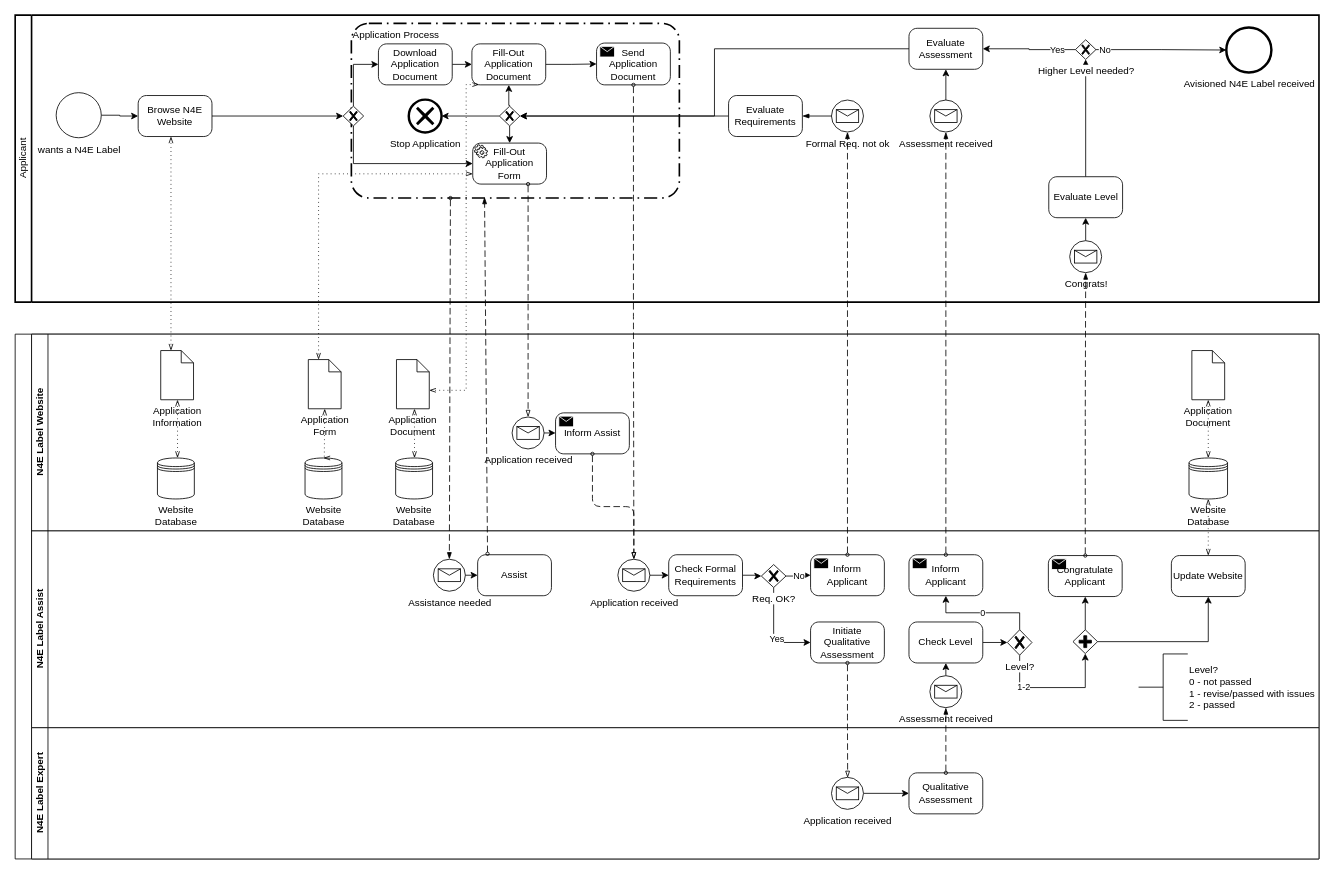
geyslein/NFDI4Earth-Label keeps this draw.io diagram as Application_Workflow.drawio. Above is the earlier version. Source tidied: cells renumbered, new cells numbered last; positions are measured from the earlier drawing's top-left corner, leaving out a move shared by most shapes. Both pictures are drawn from the tidied source at 82%, with x=0, y=0 at pixel (15, 15).
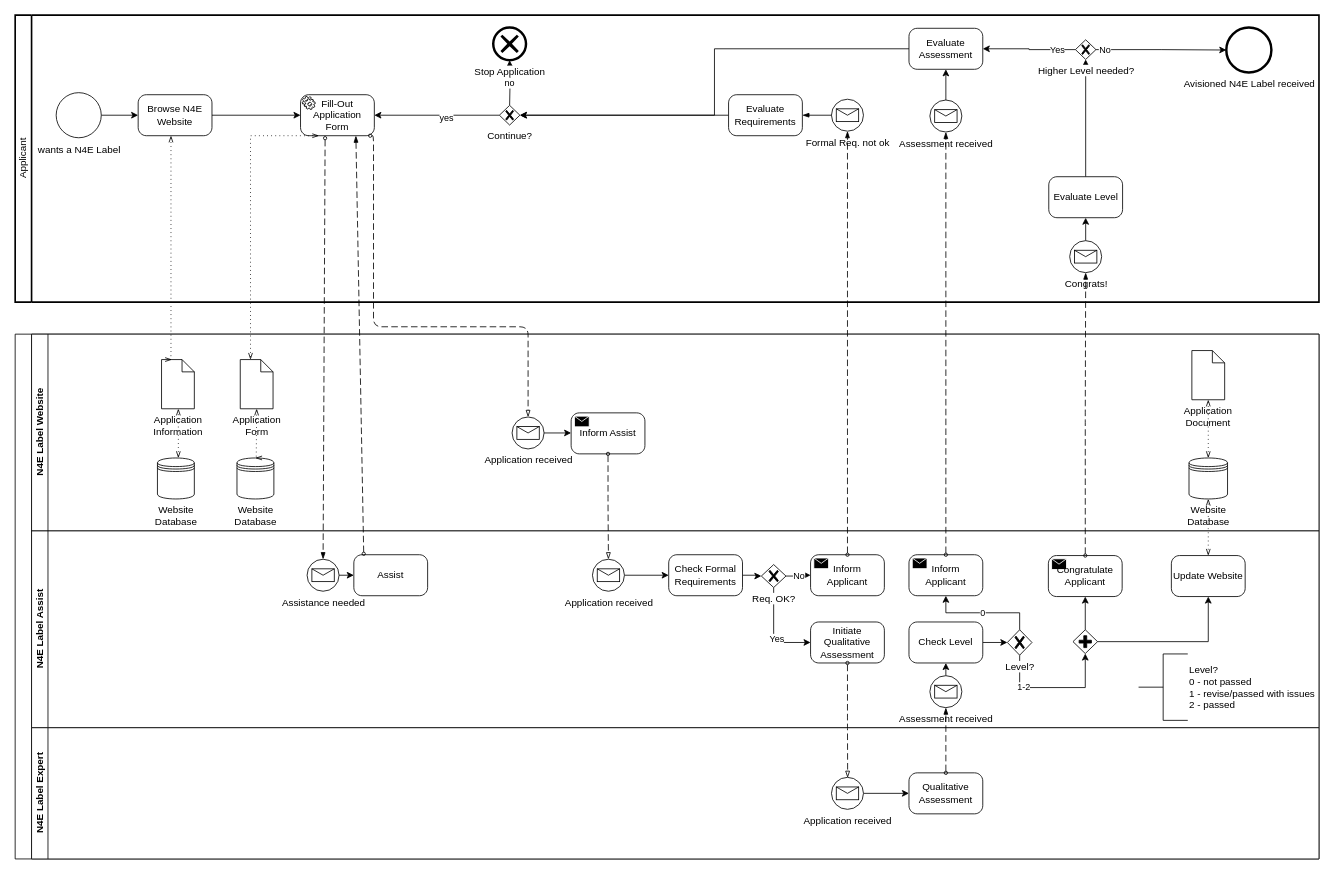
After the change.

Unchanged cells that the change refers to:
```xml
<mxCell id="2" value="&lt;div&gt;Applicant&lt;/div&gt;" style="swimlane;html=1;startSize=20;fontStyle=0;horizontal=0;swimlaneLine=1;swimlaneFillColor=#ffffff;strokeWidth=2;" parent="1" vertex="1">
  <mxGeometry width="1590" height="350" as="geometry" />
</mxCell>
<mxCell id="41" value="&lt;div&gt;N4E Label Website&lt;/div&gt;" style="swimlane;html=1;startSize=20;horizontal=0;fillColor=#FFFFFF;swimlaneFillColor=#FFFFFF;" parent="40" vertex="1">
  <mxGeometry x="20" width="1570" height="240" as="geometry" />
</mxCell>
<mxCell id="52" value="Application received" style="points=[[0.145,0.145,0],[0.5,0,0],[0.855,0.145,0],[1,0.5,0],[0.855,0.855,0],[0.5,1,0],[0.145,0.855,0],[0,0.5,0]];shape=mxgraph.bpmn.event;html=1;verticalLabelPosition=bottom;labelBackgroundColor=#ffffff;verticalAlign=top;align=center;perimeter=ellipsePerimeter;outlineConnect=0;outline=standard;symbol=message;fontFamily=Helvetica;fontSize=12;fontColor=default;strokeColor=default;fillColor=#FFFFFF;" parent="41" vertex="1">
  <mxGeometry x="586" y="101" width="39" height="39" as="geometry" />
</mxCell>
<mxCell id="57" value="&lt;div&gt;N4E Label Assist&lt;/div&gt;" style="swimlane;html=1;startSize=20;horizontal=0;swimlaneFillColor=#FFFFFF;" parent="40" vertex="1">
  <mxGeometry x="20" y="240" width="1570" height="240" as="geometry" />
</mxCell>
```

Diff of the diagram source:
```diff
@@
-    <mxCell id="3" value="Application Process" style="points=[[0.25,0,0],[0.5,0,0],[0.75,0,0],[1,0.25,0],[1,0.5,0],[1,0.75,0],[0.75,1,0],[0.5,1,0],[0.25,1,0],[0,0.75,0],[0,0.5,0],[0,0.25,0]];rounded=1;arcSize=10;dashed=1;strokeColor=default;fillColor=#FFFFFF;gradientColor=none;dashPattern=8 3 1 3;strokeWidth=2;fontFamily=Helvetica;fontSize=12;fontColor=default;align=left;verticalAlign=top;" parent="2" vertex="1">
-      <mxGeometry x="410" y="10" width="400" height="213" as="geometry" />
-    </mxCell>
@@
-    <mxCell id="6" style="edgeStyle=orthogonalEdgeStyle;rounded=0;jettySize=auto;html=1;entryX=0;entryY=0.5;entryDx=0;entryDy=0;entryPerimeter=0;startArrow=none;exitX=1;exitY=0.5;exitDx=0;exitDy=0;exitPerimeter=0;" parent="2" edge="1" source="7" target="19">
+    <mxCell id="6" style="edgeStyle=orthogonalEdgeStyle;rounded=0;jettySize=auto;html=1;entryX=0;entryY=0.5;entryDx=0;entryDy=0;entryPerimeter=0;startArrow=none;exitX=1;exitY=0.5;exitDx=0;exitDy=0;exitPerimeter=0;" parent="2" edge="1" source="7" target="12">
       <mxGeometry relative="1" as="geometry" />
     </mxCell>
     <mxCell id="7" value="Browse N4E Website" style="points=[[0.25,0,0],[0.5,0,0],[0.75,0,0],[1,0.25,0],[1,0.5,0],[1,0.75,0],[0.75,1,0],[0.5,1,0],[0.25,1,0],[0,0.75,0],[0,0.5,0],[0,0.25,0]];shape=mxgraph.bpmn.task;whiteSpace=wrap;rectStyle=rounded;size=10;taskMarker=abstract;fillColor=#FFFFFF;" parent="2" vertex="1">
-      <mxGeometry x="150" y="98" width="90" height="50" as="geometry" />
+      <mxGeometry x="150" y="97" width="90" height="50" as="geometry" />
     </mxCell>
-    <mxCell id="8" style="edgeStyle=orthogonalEdgeStyle;rounded=0;jettySize=auto;html=1;exitX=1;exitY=0.5;exitDx=0;exitDy=0;exitPerimeter=0;entryX=0;entryY=0.5;entryDx=0;entryDy=0;entryPerimeter=0;" parent="2" edge="1" source="9" target="18">
-      <mxGeometry relative="1" as="geometry" />
-    </mxCell>
-    <mxCell id="9" value="Download Application Document" style="points=[[0.25,0,0],[0.5,0,0],[0.75,0,0],[1,0.25,0],[1,0.5,0],[1,0.75,0],[0.75,1,0],[0.5,1,0],[0.25,1,0],[0,0.75,0],[0,0.5,0],[0,0.25,0]];shape=mxgraph.bpmn.task;whiteSpace=wrap;rectStyle=rounded;size=10;taskMarker=abstract;fillColor=#FFFFFF;" parent="2" vertex="1">
-      <mxGeometry x="443" y="35" width="90" height="50" as="geometry" />
-    </mxCell>
@@
-    <mxCell id="11" value="Send Application Document" style="points=[[0.25,0,0],[0.5,0,0],[0.75,0,0],[1,0.25,0],[1,0.5,0],[1,0.75,0],[0.75,1,0],[0.5,1,0],[0.25,1,0],[0,0.75,0],[0,0.5,0],[0,0.25,0]];shape=mxgraph.bpmn.task;whiteSpace=wrap;rectStyle=rounded;size=10;taskMarker=send;fillColor=#FFFFFF;" parent="2" vertex="1">
-      <mxGeometry x="709" y="34" width="90" height="51" as="geometry" />
-    </mxCell>
     <mxCell id="12" value="Fill-Out Application Form" style="points=[[0.25,0,0],[0.5,0,0],[0.75,0,0],[1,0.25,0],[1,0.5,0],[1,0.75,0],[0.75,1,0],[0.5,1,0],[0.25,1,0],[0,0.75,0],[0,0.5,0],[0,0.25,0]];shape=mxgraph.bpmn.task;whiteSpace=wrap;rectStyle=rounded;size=10;taskMarker=service;fontFamily=Helvetica;fontSize=12;fontColor=default;align=center;strokeColor=default;fillColor=#FFFFFF;" parent="2" vertex="1">
-      <mxGeometry x="558" y="156" width="90" height="50" as="geometry" />
+      <mxGeometry x="348" y="97" width="90" height="50" as="geometry" />
     </mxCell>
@@
     <mxCell id="14" value="Formal Req. not ok" style="points=[[0.145,0.145,0],[0.5,0,0],[0.855,0.145,0],[1,0.5,0],[0.855,0.855,0],[0.5,1,0],[0.145,0.855,0],[0,0.5,0]];shape=mxgraph.bpmn.event;html=1;verticalLabelPosition=bottom;labelBackgroundColor=#ffffff;verticalAlign=top;align=center;perimeter=ellipsePerimeter;outlineConnect=0;outline=standard;symbol=message;fontFamily=Helvetica;fontSize=12;fontColor=default;strokeColor=default;fillColor=#FFFFFF;" parent="2" vertex="1">
-      <mxGeometry x="995.5" y="103.5" width="39" height="39" as="geometry" />
+      <mxGeometry x="995.5" y="102.5" width="39" height="39" as="geometry" />
     </mxCell>
-    <mxCell id="15" style="edgeStyle=orthogonalEdgeStyle;rounded=0;jettySize=auto;html=1;exitX=0.5;exitY=1;exitDx=0;exitDy=0;exitPerimeter=0;entryX=0;entryY=0.5;entryDx=0;entryDy=0;entryPerimeter=0;" parent="2" edge="1" source="19" target="12">
-      <mxGeometry relative="1" as="geometry" />
-    </mxCell>
-    <mxCell id="16" style="edgeStyle=orthogonalEdgeStyle;rounded=0;jettySize=auto;html=1;exitX=0.5;exitY=0;exitDx=0;exitDy=0;exitPerimeter=0;entryX=0;entryY=0.5;entryDx=0;entryDy=0;entryPerimeter=0;" parent="2" edge="1" source="19" target="9">
-      <mxGeometry relative="1" as="geometry" />
-    </mxCell>
-    <mxCell id="17" style="edgeStyle=orthogonalEdgeStyle;rounded=0;jettySize=auto;html=1;exitX=1;exitY=0.5;exitDx=0;exitDy=0;exitPerimeter=0;entryX=0;entryY=0.5;entryDx=0;entryDy=0;entryPerimeter=0;" parent="2" edge="1" source="18" target="11">
-      <mxGeometry relative="1" as="geometry" />
-    </mxCell>
-    <mxCell id="18" value="Fill-Out Application Document" style="points=[[0.25,0,0],[0.5,0,0],[0.75,0,0],[1,0.25,0],[1,0.5,0],[1,0.75,0],[0.75,1,0],[0.5,1,0],[0.25,1,0],[0,0.75,0],[0,0.5,0],[0,0.25,0]];shape=mxgraph.bpmn.task;whiteSpace=wrap;rectStyle=rounded;size=10;taskMarker=abstract;fillColor=#FFFFFF;" parent="2" vertex="1">
-      <mxGeometry x="557" y="35" width="90" height="50" as="geometry" />
-    </mxCell>
-    <mxCell id="19" style="points=[[0.25,0.25,0],[0.5,0,0],[0.75,0.25,0],[1,0.5,0],[0.75,0.75,0],[0.5,1,0],[0.25,0.75,0],[0,0.5,0]];shape=mxgraph.bpmn.gateway2;html=1;verticalLabelPosition=bottom;labelBackgroundColor=#ffffff;verticalAlign=top;align=center;perimeter=rhombusPerimeter;outlineConnect=0;outline=none;symbol=none;gwType=exclusive;fontFamily=Helvetica;fontSize=12;fontColor=default;strokeColor=default;fillColor=#FFFFFF;" parent="2" vertex="1">
-      <mxGeometry x="400" y="111" width="25" height="24" as="geometry" />
-    </mxCell>
-    <mxCell id="20" style="edgeStyle=orthogonalEdgeStyle;rounded=0;jettySize=auto;html=1;exitX=0.5;exitY=0;exitDx=0;exitDy=0;exitPerimeter=0;entryX=0.5;entryY=1;entryDx=0;entryDy=0;entryPerimeter=0;" parent="2" edge="1" source="23" target="18">
-      <mxGeometry relative="1" as="geometry">
-        <Array as="points">
-          <mxPoint x="602" y="110" />
-          <mxPoint x="603" y="110" />
-        </Array>
-      </mxGeometry>
-    </mxCell>
-    <mxCell id="21" style="edgeStyle=orthogonalEdgeStyle;rounded=0;jettySize=auto;html=1;exitX=0.5;exitY=1;exitDx=0;exitDy=0;exitPerimeter=0;entryX=0.5;entryY=0;entryDx=0;entryDy=0;entryPerimeter=0;" parent="2" edge="1" source="23" target="12">
+    <mxCell id="21" style="edgeStyle=orthogonalEdgeStyle;rounded=0;jettySize=auto;html=1;exitX=0;exitY=0.5;exitDx=0;exitDy=0;exitPerimeter=0;entryX=1;entryY=0.5;entryDx=0;entryDy=0;entryPerimeter=0;" parent="2" edge="1" source="23" target="12">
       <mxGeometry relative="1" as="geometry" />
     </mxCell>
+    <mxCell id="104" value="yes" style="edgeLabel;html=1;align=center;verticalAlign=middle;" parent="21" vertex="1">
+      <mxGeometry x="-0.15" y="3" relative="1" as="geometry" />
+    </mxCell>
-    <mxCell id="22" style="edgeStyle=orthogonalEdgeStyle;rounded=0;jettySize=auto;html=1;exitX=0;exitY=0.5;exitDx=0;exitDy=0;exitPerimeter=0;" parent="2" edge="1" source="23" target="24">
-      <mxGeometry relative="1" as="geometry" />
+    <mxCell id="22" value="no" style="edgeStyle=orthogonalEdgeStyle;rounded=0;jettySize=auto;html=1;" parent="2" edge="1" target="24">
+      <mxGeometry relative="1" as="geometry">
+        <mxPoint x="603" y="110" as="sourcePoint" />
+      </mxGeometry>
     </mxCell>
-    <mxCell id="23" style="points=[[0.25,0.25,0],[0.5,0,0],[0.75,0.25,0],[1,0.5,0],[0.75,0.75,0],[0.5,1,0],[0.25,0.75,0],[0,0.5,0]];shape=mxgraph.bpmn.gateway2;html=1;verticalLabelPosition=bottom;labelBackgroundColor=#ffffff;verticalAlign=top;align=center;perimeter=rhombusPerimeter;outlineConnect=0;outline=none;symbol=none;gwType=exclusive;fontFamily=Helvetica;fontSize=12;fontColor=default;strokeColor=default;fillColor=#FFFFFF;" parent="2" vertex="1">
-      <mxGeometry x="590.5" y="111" width="25" height="24" as="geometry" />
+    <mxCell id="23" value="Continue?" style="points=[[0.25,0.25,0],[0.5,0,0],[0.75,0.25,0],[1,0.5,0],[0.75,0.75,0],[0.5,1,0],[0.25,0.75,0],[0,0.5,0]];shape=mxgraph.bpmn.gateway2;html=1;verticalLabelPosition=bottom;labelBackgroundColor=#ffffff;verticalAlign=top;align=center;perimeter=rhombusPerimeter;outlineConnect=0;outline=none;symbol=none;gwType=exclusive;fontFamily=Helvetica;fontSize=12;fontColor=default;strokeColor=default;fillColor=#FFFFFF;" parent="2" vertex="1">
+      <mxGeometry x="590.5" y="110" width="25" height="24" as="geometry" />
     </mxCell>
     <mxCell id="24" value="Stop Application" style="points=[[0.145,0.145,0],[0.5,0,0],[0.855,0.145,0],[1,0.5,0],[0.855,0.855,0],[0.5,1,0],[0.145,0.855,0],[0,0.5,0]];shape=mxgraph.bpmn.event;html=1;verticalLabelPosition=bottom;labelBackgroundColor=#ffffff;verticalAlign=top;align=center;perimeter=ellipsePerimeter;outlineConnect=0;outline=end;symbol=cancel;fillColor=#FFFFFF;" parent="2" vertex="1">
-      <mxGeometry x="480" y="103" width="40" height="40" as="geometry" />
+      <mxGeometry x="583" y="15" width="40" height="40" as="geometry" />
     </mxCell>
@@
     <mxCell id="38" value="Evaluate Requirements" style="points=[[0.25,0,0],[0.5,0,0],[0.75,0,0],[1,0.25,0],[1,0.5,0],[1,0.75,0],[0.75,1,0],[0.5,1,0],[0.25,1,0],[0,0.75,0],[0,0.5,0],[0,0.25,0]];shape=mxgraph.bpmn.task;whiteSpace=wrap;rectStyle=rounded;size=10;taskMarker=abstract;fillColor=#FFFFFF;" parent="2" vertex="1">
-      <mxGeometry x="870" y="98" width="90" height="50" as="geometry" />
+      <mxGeometry x="870" y="97" width="90" height="50" as="geometry" />
     </mxCell>
@@
     <mxCell id="43" value="Application Information" style="shape=mxgraph.bpmn.data;labelPosition=center;verticalLabelPosition=bottom;align=center;verticalAlign=top;whiteSpace=wrap;size=15;html=1;fillColor=#FFFFFF;" parent="41" vertex="1">
-      <mxGeometry x="157.5" y="20" width="40" height="60" as="geometry" />
+      <mxGeometry x="158.5" y="31" width="40" height="60" as="geometry" />
     </mxCell>
@@
-    <mxCell id="45" value="Website Database" style="shape=datastore;whiteSpace=wrap;html=1;labelPosition=center;verticalLabelPosition=bottom;align=center;verticalAlign=top;fillColor=#FFFFFF;" parent="41" vertex="1">
-      <mxGeometry x="444" y="151" width="45" height="50" as="geometry" />
-    </mxCell>
-    <mxCell id="46" value="Application Document" style="shape=mxgraph.bpmn.data;labelPosition=center;verticalLabelPosition=bottom;align=center;verticalAlign=top;whiteSpace=wrap;size=15;html=1;fillColor=#FFFFFF;" parent="41" vertex="1">
-      <mxGeometry x="445" y="31" width="40" height="60" as="geometry" />
-    </mxCell>
-    <mxCell id="47" style="edgeStyle=elbowEdgeStyle;fontSize=12;html=1;endFill=0;startFill=0;endSize=6;startSize=6;dashed=1;dashPattern=1 4;endArrow=openThin;startArrow=openThin;fontFamily=Helvetica;fontColor=default;align=center;strokeColor=default;" parent="41" edge="1" source="45">
-      <mxGeometry relative="1" as="geometry">
-        <mxPoint x="467" y="91" as="targetPoint" />
-        <Array as="points">
-          <mxPoint x="467" y="121" />
-        </Array>
-      </mxGeometry>
-    </mxCell>
     <mxCell id="48" value="Website Database" style="shape=datastore;whiteSpace=wrap;html=1;labelPosition=center;verticalLabelPosition=bottom;align=center;verticalAlign=top;fillColor=#FFFFFF;" parent="41" vertex="1">
-      <mxGeometry x="333.5" y="151" width="45" height="50" as="geometry" />
+      <mxGeometry x="250.5" y="151" width="45" height="50" as="geometry" />
     </mxCell>
     <mxCell id="49" value="Application Form" style="shape=mxgraph.bpmn.data;labelPosition=center;verticalLabelPosition=bottom;align=center;verticalAlign=top;whiteSpace=wrap;size=15;html=1;fillColor=#FFFFFF;" parent="41" vertex="1">
-      <mxGeometry x="337.5" y="31" width="40" height="60" as="geometry" />
+      <mxGeometry x="254.5" y="31" width="40" height="60" as="geometry" />
     </mxCell>
@@
     <mxCell id="53" value="Inform Assist" style="points=[[0.25,0,0],[0.5,0,0],[0.75,0,0],[1,0.25,0],[1,0.5,0],[1,0.75,0],[0.75,1,0],[0.5,1,0],[0.25,1,0],[0,0.75,0],[0,0.5,0],[0,0.25,0]];shape=mxgraph.bpmn.task;whiteSpace=wrap;rectStyle=rounded;size=10;taskMarker=send;fontFamily=Helvetica;fontSize=12;fontColor=default;align=center;strokeColor=default;fillColor=#FFFFFF;" parent="41" vertex="1">
-      <mxGeometry x="639" y="96" width="90" height="50" as="geometry" />
+      <mxGeometry x="658" y="96" width="90" height="50" as="geometry" />
     </mxCell>
@@
     <mxCell id="59" value="Application received" style="points=[[0.145,0.145,0],[0.5,0,0],[0.855,0.145,0],[1,0.5,0],[0.855,0.855,0],[0.5,1,0],[0.145,0.855,0],[0,0.5,0]];shape=mxgraph.bpmn.event;html=1;verticalLabelPosition=bottom;labelBackgroundColor=#ffffff;verticalAlign=top;align=center;perimeter=ellipsePerimeter;outlineConnect=0;outline=standard;symbol=message;fontFamily=Helvetica;fontSize=12;fontColor=default;strokeColor=default;fillColor=#FFFFFF;" parent="57" vertex="1">
-      <mxGeometry x="715" y="34.5" width="39" height="39" as="geometry" />
+      <mxGeometry x="684" y="34.5" width="39" height="39" as="geometry" />
     </mxCell>
     <mxCell id="60" value="Assistance needed" style="points=[[0.145,0.145,0],[0.5,0,0],[0.855,0.145,0],[1,0.5,0],[0.855,0.855,0],[0.5,1,0],[0.145,0.855,0],[0,0.5,0]];shape=mxgraph.bpmn.event;html=1;verticalLabelPosition=bottom;labelBackgroundColor=#ffffff;verticalAlign=top;align=center;perimeter=ellipsePerimeter;outlineConnect=0;outline=standard;symbol=message;fontFamily=Helvetica;fontSize=12;fontColor=default;strokeColor=default;fillColor=#FFFFFF;" parent="57" vertex="1">
-      <mxGeometry x="490" y="34.5" width="39" height="39" as="geometry" />
+      <mxGeometry x="336" y="34.5" width="39" height="39" as="geometry" />
     </mxCell>
     <mxCell id="61" value="Assist" style="points=[[0.25,0,0],[0.5,0,0],[0.75,0,0],[1,0.25,0],[1,0.5,0],[1,0.75,0],[0.75,1,0],[0.5,1,0],[0.25,1,0],[0,0.75,0],[0,0.5,0],[0,0.25,0]];shape=mxgraph.bpmn.task;whiteSpace=wrap;rectStyle=rounded;size=10;taskMarker=abstract;fillColor=#FFFFFF;" parent="57" vertex="1">
-      <mxGeometry x="544" y="29" width="90" height="50" as="geometry" />
+      <mxGeometry x="393" y="29" width="90" height="50" as="geometry" />
     </mxCell>
@@
-    <mxCell id="93" style="edgeStyle=elbowEdgeStyle;fontSize=12;html=1;endFill=0;startFill=0;endSize=6;startSize=6;dashed=1;dashPattern=1 4;endArrow=openThin;startArrow=openThin;fontFamily=Helvetica;fontColor=default;align=center;strokeColor=default;" parent="1" edge="1" target="7">
+    <mxCell id="93" style="edgeStyle=elbowEdgeStyle;fontSize=12;html=1;endFill=0;startFill=0;endSize=6;startSize=6;dashed=1;dashPattern=1 4;endArrow=openThin;startArrow=openThin;fontFamily=Helvetica;fontColor=default;align=center;strokeColor=default;exitX=0;exitY=0;exitDx=12.5;exitDy=0;exitPerimeter=0;" parent="1" edge="1" source="43" target="7">
       <mxGeometry relative="1" as="geometry">
-        <mxPoint x="190" y="409" as="sourcePoint" />
         <Array as="points">
           <mxPoint x="190" y="290" />
         </Array>
       </mxGeometry>
     </mxCell>
-    <mxCell id="94" style="endArrow=blockThin;html=1;labelPosition=left;verticalLabelPosition=middle;align=center;verticalAlign=middle;dashed=1;dashPattern=8 4;endFill=0;startArrow=oval;startFill=0;endSize=6;startSize=4;fontFamily=Helvetica;fontSize=11;fontColor=default;strokeColor=default;edgeStyle=orthogonalEdgeStyle;entryX=0.5;entryY=0;entryDx=0;entryDy=0;entryPerimeter=0;exitX=0.75;exitY=1;exitDx=0;exitDy=0;exitPerimeter=0;" parent="1" edge="1" source="12" target="52">
+    <mxCell id="94" style="endArrow=blockThin;html=1;labelPosition=left;verticalLabelPosition=middle;align=center;verticalAlign=middle;dashed=1;dashPattern=8 4;endFill=0;startArrow=oval;startFill=0;endSize=6;startSize=4;fontFamily=Helvetica;fontSize=11;fontColor=default;strokeColor=default;edgeStyle=orthogonalEdgeStyle;entryX=0.5;entryY=0;entryDx=0;entryDy=0;entryPerimeter=0;exitX=0.944;exitY=1;exitDx=0;exitDy=0;exitPerimeter=0;" parent="1" edge="1" source="12" target="52">
       <mxGeometry relative="1" as="geometry">
         <Array as="points">
+          <mxPoint x="437" y="147" />
+          <mxPoint x="437" y="380" />
           <mxPoint x="626" y="380" />
-          <mxPoint x="626" y="490" />
         </Array>
       </mxGeometry>
     </mxCell>
-    <mxCell id="95" style="endArrow=blockThin;html=1;labelPosition=left;verticalLabelPosition=middle;align=center;verticalAlign=middle;dashed=1;dashPattern=8 4;endFill=0;startArrow=oval;startFill=0;endSize=6;startSize=4;fontFamily=Helvetica;fontSize=11;fontColor=default;strokeColor=default;edgeStyle=orthogonalEdgeStyle;" parent="1" edge="1" source="11" target="59">
-      <mxGeometry relative="1" as="geometry" />
-    </mxCell>
-    <mxCell id="96" style="dashed=1;dashPattern=8 4;endArrow=blockThin;endFill=1;startArrow=oval;startFill=0;endSize=6;startSize=4;rounded=0;entryX=0.406;entryY=0.995;entryDx=0;entryDy=0;entryPerimeter=0;exitX=0.134;exitY=-0.023;exitDx=0;exitDy=0;exitPerimeter=0;" parent="1" edge="1" source="61" target="3">
+    <mxCell id="96" style="dashed=1;dashPattern=8 4;endArrow=blockThin;endFill=1;startArrow=oval;startFill=0;endSize=6;startSize=4;rounded=0;entryX=0.75;entryY=1;entryDx=0;entryDy=0;entryPerimeter=0;exitX=0.134;exitY=-0.023;exitDx=0;exitDy=0;exitPerimeter=0;" parent="1" edge="1" source="61" target="12">
       <mxGeometry relative="1" as="geometry" />
     </mxCell>
@@
-    <mxCell id="98" style="dashed=1;dashPattern=8 4;endArrow=blockThin;endFill=1;startArrow=oval;startFill=0;endSize=6;startSize=4;rounded=0;entryX=0.5;entryY=0;entryDx=0;entryDy=0;entryPerimeter=0;exitX=0.302;exitY=1;exitDx=0;exitDy=0;exitPerimeter=0;" parent="1" edge="1" source="3" target="60">
+    <mxCell id="98" style="dashed=1;dashPattern=8 4;endArrow=blockThin;endFill=1;startArrow=oval;startFill=0;endSize=6;startSize=4;rounded=0;entryX=0.5;entryY=0;entryDx=0;entryDy=0;entryPerimeter=0;exitX=0.333;exitY=1.06;exitDx=0;exitDy=0;exitPerimeter=0;" parent="1" edge="1" source="12" target="60">
       <mxGeometry relative="1" as="geometry" />
     </mxCell>
@@
-    <mxCell id="102" style="edgeStyle=elbowEdgeStyle;fontSize=12;html=1;endFill=0;startFill=0;endSize=6;startSize=6;dashed=1;dashPattern=1 4;endArrow=openThin;startArrow=openThin;rounded=0;exitX=0;exitY=0.75;exitDx=0;exitDy=0;exitPerimeter=0;entryX=0;entryY=0;entryDx=12.5;entryDy=0;entryPerimeter=0;" parent="1" edge="1" source="12" target="49">
+    <mxCell id="102" style="edgeStyle=elbowEdgeStyle;fontSize=12;html=1;endFill=0;startFill=0;endSize=6;startSize=6;dashed=1;dashPattern=1 4;endArrow=openThin;startArrow=openThin;rounded=0;exitX=0.25;exitY=1;exitDx=0;exitDy=0;exitPerimeter=0;entryX=0;entryY=0;entryDx=12.5;entryDy=0;entryPerimeter=0;" parent="1" edge="1" source="12" target="49">
       <mxGeometry relative="1" as="geometry">
         <Array as="points">
-          <mxPoint x="370" y="310" />
+          <mxPoint x="287" y="290" />
         </Array>
       </mxGeometry>
     </mxCell>
-    <mxCell id="103" style="edgeStyle=elbowEdgeStyle;fontSize=12;html=1;endFill=0;startFill=0;endSize=6;startSize=6;dashed=1;dashPattern=1 4;endArrow=openThin;startArrow=openThin;rounded=0;entryX=0.096;entryY=0.993;entryDx=0;entryDy=0;entryPerimeter=0;exitX=0;exitY=0;exitDx=40;exitDy=37.5;exitPerimeter=0;" parent="1" edge="1" source="46" target="18">
-      <mxGeometry relative="1" as="geometry">
-        <Array as="points">
-          <mxPoint x="550" y="85" />
-        </Array>
-      </mxGeometry>
-    </mxCell>
```
